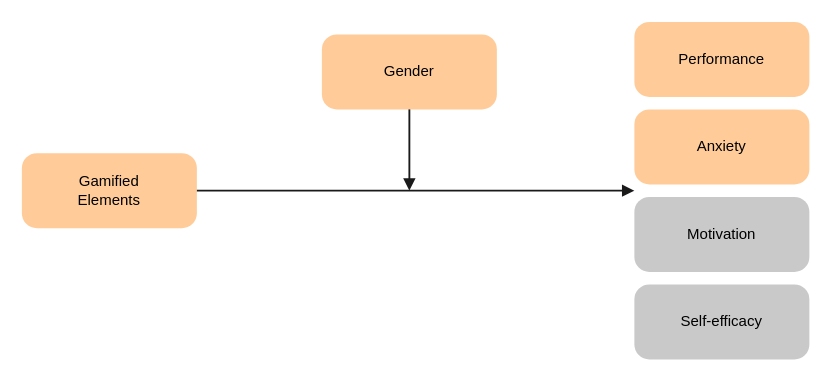
This is img/Hypothesen_src.drawio from Ronjar/bachelor-thesis, a draw.io file, before an edit. Source tidied: cells renumbered, new cells numbered last; positions are measured from the earlier drawing's top-left corner, leaving out a move shared by most shapes. Both pictures are drawn from the tidied source at 125%, with x=0, y=0 at pixel (21, 21).
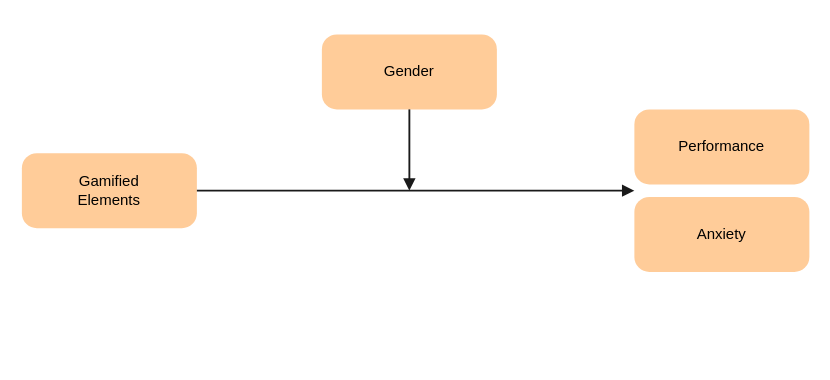
The same page after the edit.

Diff of the diagram source:
```diff
@@
 <mxGraphModel>
   <root>
     <mxCell id="0" />
     <mxCell id="1" parent="0" />
     <mxCell id="2" value="Gender" style="rounded=1;whiteSpace=wrap;html=1;fillColor=#FFCC99;fontColor=#000000;strokeColor=none;arcSize=20;align=center;spacingLeft=0;" parent="1" vertex="1">
       <mxGeometry x="240" y="10" width="140" height="60" as="geometry" />
     </mxCell>
     <mxCell id="3" value="Gamified&lt;div&gt;Elements&lt;/div&gt;" style="rounded=1;whiteSpace=wrap;html=1;fillColor=#FFCC99;fontColor=#000000;strokeColor=none;arcSize=20;align=center;spacingLeft=0;" parent="1" vertex="1">
       <mxGeometry y="105" width="140" height="60" as="geometry" />
     </mxCell>
-    <mxCell id="4" value="Self-efficacy" style="rounded=1;whiteSpace=wrap;html=1;fillColor=#C9C9C9;strokeColor=none;arcSize=20;align=center;spacingLeft=0;" parent="1" vertex="1">
-      <mxGeometry x="490" y="210" width="140" height="60" as="geometry" />
-    </mxCell>
-    <mxCell id="5" value="Motivation" style="rounded=1;whiteSpace=wrap;html=1;fillColor=#C9C9C9;strokeColor=none;arcSize=20;align=center;spacingLeft=0;" parent="1" vertex="1">
-      <mxGeometry x="490" y="140" width="140" height="60" as="geometry" />
-    </mxCell>
     <mxCell id="6" style="edgeStyle=orthogonalEdgeStyle;rounded=0;jettySize=auto;html=1;exitX=1;exitY=0.5;exitDx=0;exitDy=0;endArrow=block;endFill=1;strokeWidth=1.5;jumpStyle=none;strokeColor=#1A1A1A;labelPosition=center;verticalLabelPosition=top;align=center;verticalAlign=bottom;" parent="1" edge="1" source="3">
       <mxGeometry relative="1" as="geometry">
         <mxPoint x="490" y="135" as="targetPoint" />
       </mxGeometry>
     </mxCell>
     <mxCell id="7" style="edgeStyle=orthogonalEdgeStyle;rounded=0;jettySize=auto;html=1;exitX=0.5;exitY=1;exitDx=0;exitDy=0;endArrow=block;endFill=1;strokeWidth=1.5;jumpStyle=none;strokeColor=#1A1A1A;labelPosition=center;verticalLabelPosition=top;align=center;verticalAlign=bottom;" parent="1" edge="1" source="2">
       <mxGeometry relative="1" as="geometry">
         <mxPoint x="310" y="135" as="targetPoint" />
       </mxGeometry>
     </mxCell>
     <mxCell id="8" value="Performance" style="rounded=1;whiteSpace=wrap;html=1;fillColor=#FFCC99;fontColor=#000000;strokeColor=none;arcSize=20;align=center;spacingLeft=0;" parent="1" vertex="1">
-      <mxGeometry x="490" width="140" height="60" as="geometry" />
+      <mxGeometry x="490" y="70" width="140" height="60" as="geometry" />
     </mxCell>
     <mxCell id="9" value="Anxiety" style="rounded=1;whiteSpace=wrap;html=1;fillColor=#FFCC99;fontColor=#000000;strokeColor=none;arcSize=20;align=center;spacingLeft=0;" parent="1" vertex="1">
-      <mxGeometry x="490" y="70" width="140" height="60" as="geometry" />
+      <mxGeometry x="490" y="140" width="140" height="60" as="geometry" />
     </mxCell>
   </root>
 </mxGraphModel>
```
